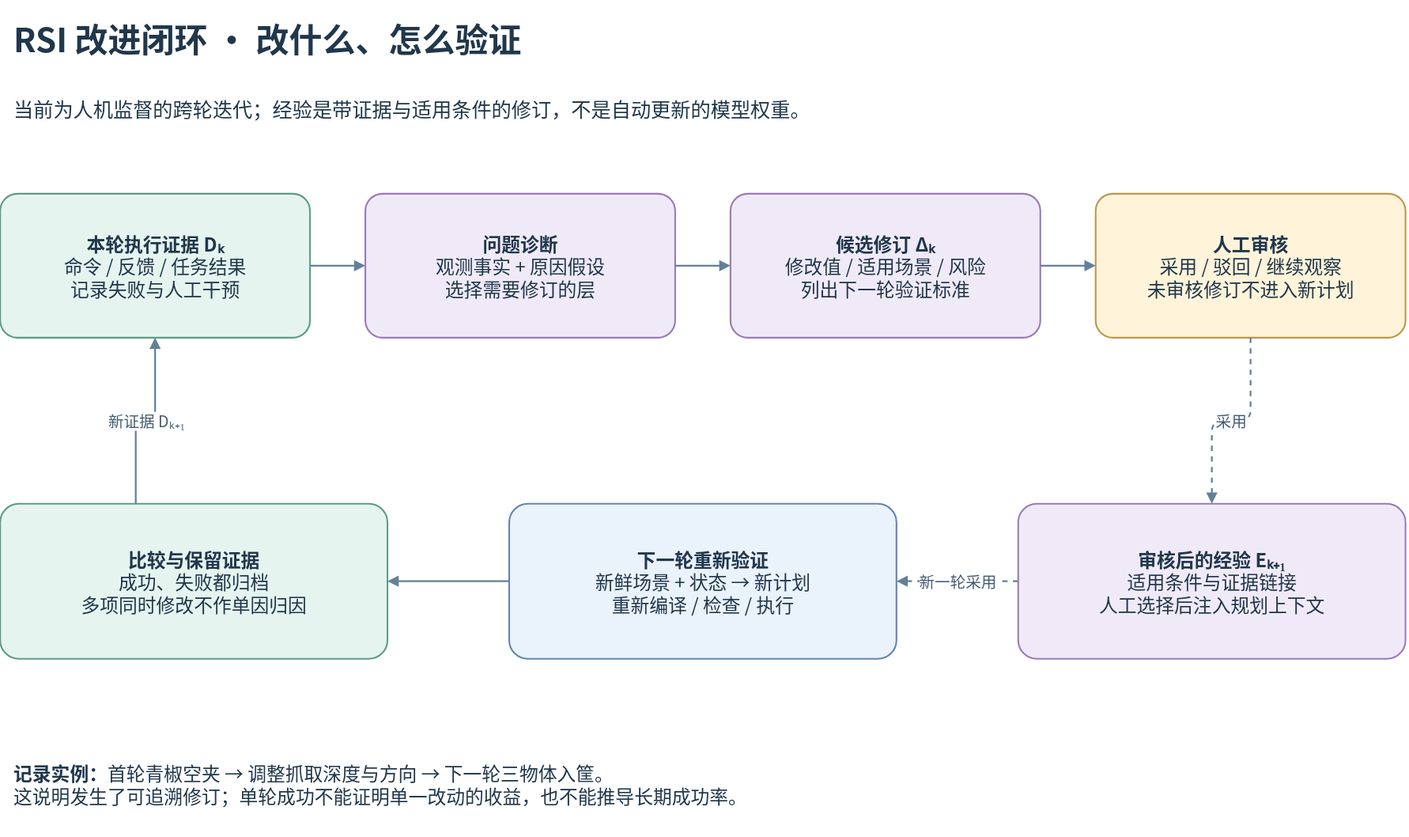
Srt-tian/RoboRSI_v1 keeps this draw.io diagram as docs/figures/rsi_cycle.svg. Above is the earlier version. Source tidied: cells renumbered, new cells last; positions are measured from the earlier drawing's top-left corner, leaving out a move shared by most shapes.
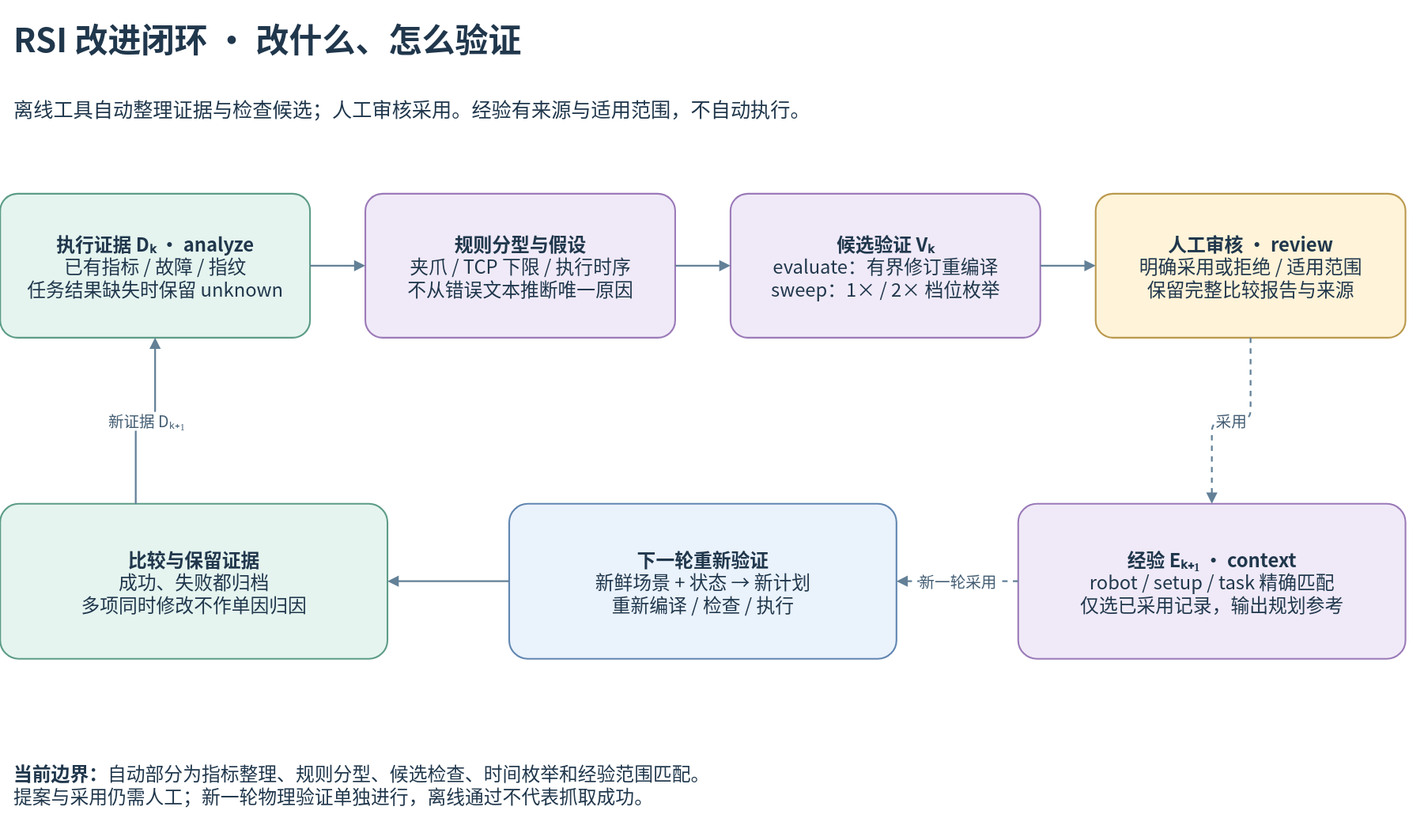
After the commit.

The edit, as a diff of the source:
```diff
@@ -5,19 +5,19 @@
     <mxCell id="2" value="&lt;b&gt;RSI 改进闭环 · 改什么、怎么验证&lt;/b&gt;" style="rounded=1;whiteSpace=wrap;html=1;fillColor=#EAF2FC;strokeColor=#6186B1;strokeWidth=1.5;fontFamily=Noto Sans CJK SC;fontSize=17;fontColor=#20374C;spacing=12;arcSize=12;fillColor=none;strokeColor=none;align=left;fontSize=30;" parent="1" vertex="1">
       <mxGeometry width="1270" height="65" as="geometry" />
     </mxCell>
-    <mxCell id="3" value="当前为人机监督的跨轮迭代；经验是带证据与适用条件的修订，不是自动更新的模型权重。" style="rounded=1;whiteSpace=wrap;html=1;fillColor=#EAF2FC;strokeColor=#6186B1;strokeWidth=1.5;fontFamily=Noto Sans CJK SC;fontSize=17;fontColor=#20374C;spacing=12;arcSize=12;fillColor=none;strokeColor=none;align=left;fontSize=18;" parent="1" vertex="1">
+    <mxCell id="3" value="离线工具自动整理证据与检查候选；人工审核采用。经验有来源与适用范围，不自动执行。" style="rounded=1;whiteSpace=wrap;html=1;fillColor=#EAF2FC;strokeColor=#6186B1;strokeWidth=1.5;fontFamily=Noto Sans CJK SC;fontSize=17;fontColor=#20374C;spacing=12;arcSize=12;fillColor=none;strokeColor=none;align=left;fontSize=18;" parent="1" vertex="1">
       <mxGeometry y="70" width="1270" height="55" as="geometry" />
     </mxCell>
-    <mxCell id="4" value="&lt;b&gt;本轮执行证据 Dₖ&lt;/b&gt;&lt;br&gt;命令 / 反馈 / 任务结果&lt;br&gt;记录失败与人工干预" style="rounded=1;whiteSpace=wrap;html=1;fillColor=#E5F4EF;strokeColor=#5D9C87;strokeWidth=1.5;fontFamily=Noto Sans CJK SC;fontSize=17;fontColor=#20374C;spacing=12;arcSize=12;" parent="1" vertex="1">
+    <mxCell id="4" value="&lt;b&gt;执行证据 Dₖ · analyze&lt;/b&gt;&lt;br&gt;已有指标 / 故障 / 指纹&lt;br&gt;任务结果缺失时保留 unknown" style="rounded=1;whiteSpace=wrap;html=1;fillColor=#E5F4EF;strokeColor=#5D9C87;strokeWidth=1.5;fontFamily=Noto Sans CJK SC;fontSize=17;fontColor=#20374C;spacing=12;arcSize=12;" parent="1" vertex="1">
       <mxGeometry y="175" width="280" height="130" as="geometry" />
     </mxCell>
-    <mxCell id="5" value="&lt;b&gt;问题诊断&lt;/b&gt;&lt;br&gt;观测事实 + 原因假设&lt;br&gt;选择需要修订的层" style="rounded=1;whiteSpace=wrap;html=1;fillColor=#F0EAF8;strokeColor=#9B7AB8;strokeWidth=1.5;fontFamily=Noto Sans CJK SC;fontSize=17;fontColor=#20374C;spacing=12;arcSize=12;" parent="1" vertex="1">
+    <mxCell id="5" value="&lt;b&gt;规则分型与假设&lt;/b&gt;&lt;br&gt;夹爪 / TCP 下限 / 执行时序&lt;br&gt;不从错误文本推断唯一原因" style="rounded=1;whiteSpace=wrap;html=1;fillColor=#F0EAF8;strokeColor=#9B7AB8;strokeWidth=1.5;fontFamily=Noto Sans CJK SC;fontSize=17;fontColor=#20374C;spacing=12;arcSize=12;" parent="1" vertex="1">
       <mxGeometry x="330" y="175" width="280" height="130" as="geometry" />
     </mxCell>
-    <mxCell id="6" value="&lt;b&gt;候选修订 Δₖ&lt;/b&gt;&lt;br&gt;修改值 / 适用场景 / 风险&lt;br&gt;列出下一轮验证标准" style="rounded=1;whiteSpace=wrap;html=1;fillColor=#F0EAF8;strokeColor=#9B7AB8;strokeWidth=1.5;fontFamily=Noto Sans CJK SC;fontSize=17;fontColor=#20374C;spacing=12;arcSize=12;" parent="1" vertex="1">
+    <mxCell id="6" value="&lt;b&gt;候选验证 Vₖ&lt;/b&gt;&lt;br&gt;evaluate：有界修订重编译&lt;br&gt;sweep：1× / 2× 档位枚举" style="rounded=1;whiteSpace=wrap;html=1;fillColor=#F0EAF8;strokeColor=#9B7AB8;strokeWidth=1.5;fontFamily=Noto Sans CJK SC;fontSize=17;fontColor=#20374C;spacing=12;arcSize=12;" parent="1" vertex="1">
       <mxGeometry x="660" y="175" width="280" height="130" as="geometry" />
     </mxCell>
-    <mxCell id="7" value="&lt;b&gt;人工审核&lt;/b&gt;&lt;br&gt;采用 / 驳回 / 继续观察&lt;br&gt;未审核修订不进入新计划" style="rounded=1;whiteSpace=wrap;html=1;fillColor=#FFF3D9;strokeColor=#BA994D;strokeWidth=1.5;fontFamily=Noto Sans CJK SC;fontSize=17;fontColor=#20374C;spacing=12;arcSize=12;" parent="1" vertex="1">
+    <mxCell id="7" value="&lt;b&gt;人工审核 · review&lt;/b&gt;&lt;br&gt;明确采用或拒绝 / 适用范围&lt;br&gt;保留完整比较报告与来源" style="rounded=1;whiteSpace=wrap;html=1;fillColor=#FFF3D9;strokeColor=#BA994D;strokeWidth=1.5;fontFamily=Noto Sans CJK SC;fontSize=17;fontColor=#20374C;spacing=12;arcSize=12;" parent="1" vertex="1">
       <mxGeometry x="990" y="175" width="280" height="130" as="geometry" />
     </mxCell>
     <mxCell id="8" value="&lt;b&gt;比较与保留证据&lt;/b&gt;&lt;br&gt;成功、失败都归档&lt;br&gt;多项同时修改不作单因归因" style="rounded=1;whiteSpace=wrap;html=1;fillColor=#E5F4EF;strokeColor=#5D9C87;strokeWidth=1.5;fontFamily=Noto Sans CJK SC;fontSize=17;fontColor=#20374C;spacing=12;arcSize=12;" parent="1" vertex="1">
@@ -26,7 +26,7 @@
     <mxCell id="9" value="&lt;b&gt;下一轮重新验证&lt;/b&gt;&lt;br&gt;新鲜场景 + 状态 → 新计划&lt;br&gt;重新编译 / 检查 / 执行" style="rounded=1;whiteSpace=wrap;html=1;fillColor=#EAF2FC;strokeColor=#6186B1;strokeWidth=1.5;fontFamily=Noto Sans CJK SC;fontSize=17;fontColor=#20374C;spacing=12;arcSize=12;" parent="1" vertex="1">
       <mxGeometry x="460" y="455" width="350" height="140" as="geometry" />
     </mxCell>
-    <mxCell id="10" value="&lt;b&gt;审核后的经验 Eₖ₊₁&lt;/b&gt;&lt;br&gt;适用条件与证据链接&lt;br&gt;人工选择后注入规划上下文" style="rounded=1;whiteSpace=wrap;html=1;fillColor=#F0EAF8;strokeColor=#9B7AB8;strokeWidth=1.5;fontFamily=Noto Sans CJK SC;fontSize=17;fontColor=#20374C;spacing=12;arcSize=12;" parent="1" vertex="1">
+    <mxCell id="10" value="&lt;b&gt;经验 Eₖ₊₁ · context&lt;/b&gt;&lt;br&gt;robot / setup / task 精确匹配&lt;br&gt;仅选已采用记录，输出规划参考" style="rounded=1;whiteSpace=wrap;html=1;fillColor=#F0EAF8;strokeColor=#9B7AB8;strokeWidth=1.5;fontFamily=Noto Sans CJK SC;fontSize=17;fontColor=#20374C;spacing=12;arcSize=12;" parent="1" vertex="1">
       <mxGeometry x="920" y="455" width="350" height="140" as="geometry" />
     </mxCell>
     <mxCell id="11" style="edgeStyle=orthogonalEdgeStyle;rounded=1;jettySize=auto;html=1;endArrow=block;strokeWidth=1.6;fontFamily=Noto Sans CJK SC;fontSize=14;labelBackgroundColor=#FFFFFF;strokeColor=#638097;fontColor=#425C72;exitX=1;exitY=.5;entryX=0;entryY=.5;" parent="1" edge="1" source="4" target="5">
@@ -50,7 +50,7 @@
     <mxCell id="17" value="新证据 Dₖ₊₁" style="edgeStyle=orthogonalEdgeStyle;rounded=1;jettySize=auto;html=1;endArrow=block;strokeWidth=1.6;fontFamily=Noto Sans CJK SC;fontSize=14;labelBackgroundColor=#FFFFFF;strokeColor=#638097;fontColor=#425C72;exitX=.35;exitY=0;entryX=.5;entryY=1;" parent="1" edge="1" source="8" target="4">
       <mxGeometry relative="1" as="geometry" />
     </mxCell>
-    <mxCell id="18" value="&lt;b&gt;记录实例：&lt;/b&gt;首轮青椒空夹 → 调整抓取深度与方向 → 下一轮三物体入筐。&lt;br&gt;这说明发生了可追溯修订；单轮成功不能证明单一改动的收益，也不能推导长期成功率。" style="rounded=1;whiteSpace=wrap;html=1;fillColor=#EAF2FC;strokeColor=#6186B1;strokeWidth=1.5;fontFamily=Noto Sans CJK SC;fontSize=17;fontColor=#20374C;spacing=12;arcSize=12;fillColor=none;strokeColor=none;align=left;fontSize=17;" parent="1" vertex="1">
+    <mxCell id="18" value="&lt;b&gt;当前边界：&lt;/b&gt;自动部分为指标整理、规则分型、候选检查、时间枚举和经验范围匹配。&lt;br&gt;提案与采用仍需人工；新一轮物理验证单独进行，离线通过不代表抓取成功。" style="rounded=1;whiteSpace=wrap;html=1;fillColor=#EAF2FC;strokeColor=#6186B1;strokeWidth=1.5;fontFamily=Noto Sans CJK SC;fontSize=17;fontColor=#20374C;spacing=12;arcSize=12;fillColor=none;strokeColor=none;align=left;fontSize=17;" parent="1" vertex="1">
       <mxGeometry y="660" width="1270" height="95" as="geometry" />
     </mxCell>
   </root>
```
